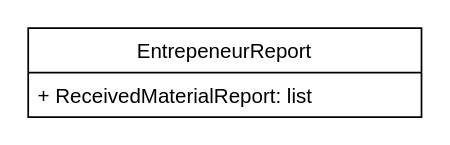
This is Assets/UML_Diagrams/EntrepeneurReport.drawio from ProgramacionII-Equipo3/Proyecto, a draw.io file, before an edit. Source tidied: cells renumbered, new cells numbered last; positions are measured from the earlier drawing's top-left corner, leaving out a move shared by most shapes. Both pictures are drawn from the tidied source at 171%, with x=0, y=0 at pixel (27, 27).
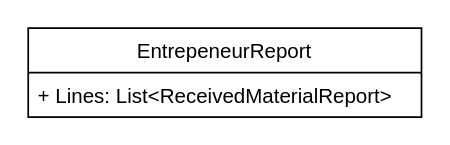
After the change.

Diff of the diagram source:
```diff
@@
 <mxGraphModel>
   <root>
     <mxCell id="0" />
     <mxCell id="1" parent="0" />
     <mxCell id="2" value="EntrepeneurReport" style="swimlane;fontStyle=0;horizontal=1;startSize=26;fillColor=none;" parent="1" vertex="1">
       <mxGeometry width="230" height="52" as="geometry" />
     </mxCell>
-    <mxCell id="3" value="+ ReceivedMaterialReport: list" style="text;strokeColor=none;fillColor=none;align=left;verticalAlign=top;spacingLeft=4;spacingRight=4;overflow=hidden;" parent="2" vertex="1">
+    <mxCell id="3" value="+ Lines: List&lt;ReceivedMaterialReport&gt;" style="text;strokeColor=none;fillColor=none;align=left;verticalAlign=top;spacingLeft=4;spacingRight=4;overflow=hidden;" parent="2" vertex="1">
       <mxGeometry y="26" width="230" height="26" as="geometry" />
     </mxCell>
   </root>
 </mxGraphModel>
```
